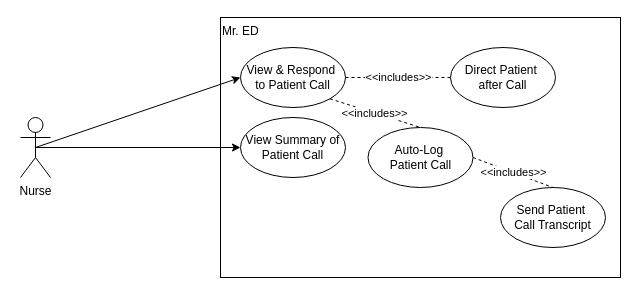
The draw.io diagram Nurse_Hotline_UseCaseDiagram.drawio in SENG-350-2024-fall/Team9, before the edit. Source tidied: cells renumbered, new cells numbered last; positions are measured from the earlier drawing's top-left corner, leaving out a move shared by most shapes. Both pictures are drawn from the tidied source at 100%, with x=0, y=0 at pixel (20, 17).
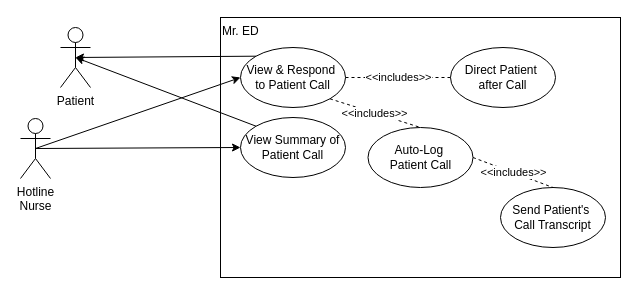
Above is the later version.

Diff of the diagram source:
```diff
@@
 <mxGraphModel>
   <root>
     <mxCell id="0" />
     <mxCell id="1" parent="0" />
     <mxCell id="2" value="Mr. ED" style="rounded=0;whiteSpace=wrap;html=1;fillColor=none;align=left;verticalAlign=top;" parent="1" vertex="1">
       <mxGeometry x="200" width="400" height="260" as="geometry" />
     </mxCell>
-    <mxCell id="3" value="Nurse" style="shape=umlActor;verticalLabelPosition=bottom;verticalAlign=top;html=1;outlineConnect=0;" parent="1" vertex="1">
-      <mxGeometry y="100" width="30" height="60" as="geometry" />
+    <mxCell id="3" value="Hotline&lt;div&gt;&lt;span style=&quot;background-color: initial;&quot;&gt;Nurse&lt;/span&gt;&lt;/div&gt;" style="shape=umlActor;verticalLabelPosition=bottom;verticalAlign=top;html=1;outlineConnect=0;align=center;" parent="1" vertex="1">
+      <mxGeometry y="101" width="30" height="60" as="geometry" />
     </mxCell>
     <mxCell id="4" value="View &amp;amp; Respond&amp;nbsp;&lt;div&gt;to Patient Call&lt;/div&gt;" style="ellipse;whiteSpace=wrap;html=1;" parent="1" vertex="1">
       <mxGeometry x="220" y="30" width="105" height="60" as="geometry" />
     </mxCell>
     <mxCell id="5" value="View Summary of Patient Call" style="ellipse;whiteSpace=wrap;html=1;" parent="1" vertex="1">
       <mxGeometry x="220" y="100" width="105" height="60" as="geometry" />
     </mxCell>
     <mxCell id="6" value="Auto-Log&amp;nbsp;&lt;br&gt;Patient Call" style="ellipse;whiteSpace=wrap;html=1;" parent="1" vertex="1">
       <mxGeometry x="347.5" y="110" width="105" height="60" as="geometry" />
     </mxCell>
-    <mxCell id="7" value="Send Patient&amp;nbsp;&lt;div&gt;Call Transcript&lt;/div&gt;" style="ellipse;whiteSpace=wrap;html=1;" parent="1" vertex="1">
+    <mxCell id="7" value="Send Patient's&amp;nbsp;&lt;div&gt;Call Transcript&lt;/div&gt;" style="ellipse;whiteSpace=wrap;html=1;" parent="1" vertex="1">
       <mxGeometry x="480" y="170" width="105" height="60" as="geometry" />
     </mxCell>
     <mxCell id="8" value="&lt;div&gt;Direct Patient&amp;nbsp;&lt;/div&gt;&lt;div&gt;after Call&lt;/div&gt;" style="ellipse;whiteSpace=wrap;html=1;" parent="1" vertex="1">
       <mxGeometry x="430" y="30" width="105" height="60" as="geometry" />
     </mxCell>
     <mxCell id="9" style="endArrow=classic;html=1;rounded=0;entryX=0;entryY=0.5;entryDx=0;entryDy=0;exitX=0.5;exitY=0.5;exitDx=0;exitDy=0;exitPerimeter=0;textOpacity=0;" parent="1" edge="1" source="3" target="4">
       <mxGeometry relative="1" as="geometry" />
     </mxCell>
     <mxCell id="10" style="endArrow=classic;html=1;rounded=0;entryX=0;entryY=0.5;entryDx=0;entryDy=0;exitX=0.5;exitY=0.5;exitDx=0;exitDy=0;exitPerimeter=0;" parent="1" edge="1" source="3" target="5">
       <mxGeometry relative="1" as="geometry" />
     </mxCell>
     <mxCell id="11" value="&amp;lt;&amp;lt;includes&amp;gt;&amp;gt;" style="endArrow=none;dashed=1;html=1;rounded=0;entryX=0.5;entryY=0;entryDx=0;entryDy=0;exitX=1;exitY=0.5;exitDx=0;exitDy=0;" parent="1" edge="1" source="6" target="7">
       <mxGeometry relative="1" as="geometry" />
     </mxCell>
     <mxCell id="12" value="&amp;lt;&amp;lt;includes&amp;gt;&amp;gt;" style="endArrow=none;dashed=1;html=1;rounded=0;entryX=0;entryY=0.5;entryDx=0;entryDy=0;exitX=1;exitY=0.5;exitDx=0;exitDy=0;" parent="1" edge="1" source="4" target="8">
       <mxGeometry relative="1" as="geometry" />
     </mxCell>
     <mxCell id="13" value="&amp;lt;&amp;lt;includes&amp;gt;&amp;gt;" style="endArrow=none;dashed=1;html=1;rounded=0;entryX=0.5;entryY=0;entryDx=0;entryDy=0;exitX=1;exitY=1;exitDx=0;exitDy=0;" parent="1" edge="1" source="4" target="6">
       <mxGeometry relative="1" as="geometry" />
     </mxCell>
+    <mxCell id="14" value="Patient" style="shape=umlActor;verticalLabelPosition=bottom;verticalAlign=top;html=1;outlineConnect=0;align=center;" parent="1" vertex="1">
+      <mxGeometry x="40" y="10" width="30" height="60" as="geometry" />
+    </mxCell>
+    <mxCell id="15" style="endArrow=classic;html=1;rounded=0;exitX=0;exitY=0;exitDx=0;exitDy=0;entryX=0.5;entryY=0.5;entryDx=0;entryDy=0;entryPerimeter=0;" parent="1" edge="1" source="5" target="14">
+      <mxGeometry relative="1" as="geometry" />
+    </mxCell>
+    <mxCell id="16" style="endArrow=classic;html=1;rounded=0;exitX=0;exitY=0;exitDx=0;exitDy=0;entryX=0.5;entryY=0.5;entryDx=0;entryDy=0;entryPerimeter=0;" parent="1" edge="1" source="4" target="14">
+      <mxGeometry relative="1" as="geometry" />
+    </mxCell>
   </root>
 </mxGraphModel>
```
